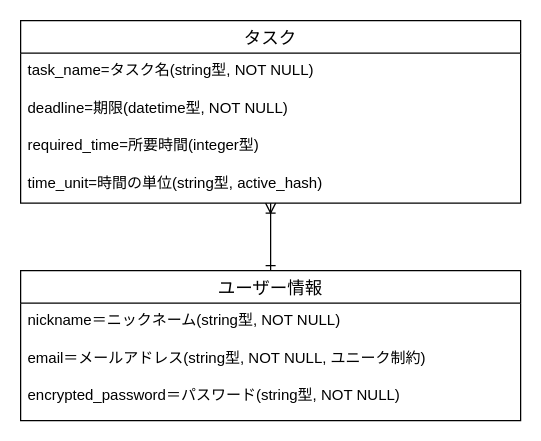
The draw.io diagram tasks-ERdiagram.dio in Nannaan/tasks, before the edit. Source tidied: cells renumbered, new cells numbered last; positions are measured from the earlier drawing's top-left corner, leaving out a move shared by most shapes. Both pictures are drawn from the tidied source at 125%, with x=0, y=0 at pixel (20, 20).
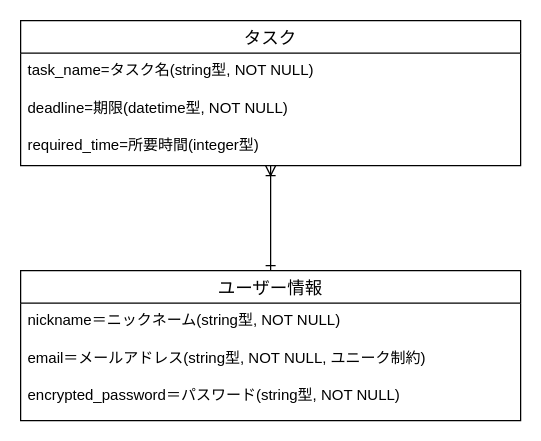
Above is the later version.

Diff of the diagram source:
```diff
@@
 <mxGraphModel>
   <root>
     <mxCell id="0" />
     <mxCell id="1" parent="0" />
     <mxCell id="2" style="html=1;exitX=0.5;exitY=0;exitDx=0;exitDy=0;entryX=0.5;entryY=1;entryDx=0;entryDy=0;startArrow=ERone;startFill=0;endArrow=ERoneToMany;endFill=0;" parent="1" edge="1" source="3" target="7">
       <mxGeometry relative="1" as="geometry" />
     </mxCell>
     <mxCell id="3" value="ユーザー情報" style="swimlane;fontStyle=0;horizontal=1;startSize=26;align=center;fontSize=14;spacing=2;labelBackgroundColor=none;" parent="1" vertex="1">
       <mxGeometry y="200" width="400" height="120" as="geometry" />
     </mxCell>
     <mxCell id="4" value="nickname＝ニックネーム(string型, NOT NULL)" style="text;strokeColor=none;fillColor=none;spacingLeft=4;spacingRight=4;overflow=hidden;fontSize=12;" parent="3" vertex="1">
       <mxGeometry y="26" width="400" height="30" as="geometry" />
     </mxCell>
     <mxCell id="5" value="email＝メールアドレス(string型, NOT NULL, ユニーク制約)" style="text;strokeColor=none;fillColor=none;spacingLeft=4;spacingRight=4;overflow=hidden;fontSize=12;" parent="3" vertex="1">
       <mxGeometry y="56" width="400" height="30" as="geometry" />
     </mxCell>
     <mxCell id="6" value="encrypted_password＝パスワード(string型, NOT NULL)" style="text;strokeColor=none;fillColor=none;spacingLeft=4;spacingRight=4;overflow=hidden;fontSize=12;" parent="3" vertex="1">
       <mxGeometry y="86" width="400" height="34" as="geometry" />
     </mxCell>
     <mxCell id="7" value="タスク" style="swimlane;fontStyle=0;horizontal=1;startSize=26;align=center;fontSize=14;" parent="1" vertex="1">
-      <mxGeometry width="400" height="146" as="geometry" />
+      <mxGeometry width="400" height="116" as="geometry" />
     </mxCell>
     <mxCell id="8" value="task_name=タスク名(string型, NOT NULL)" style="text;strokeColor=none;fillColor=none;spacingLeft=4;spacingRight=4;overflow=hidden;fontSize=12;" parent="7" vertex="1">
       <mxGeometry y="26" width="400" height="30" as="geometry" />
     </mxCell>
     <mxCell id="9" value="deadline=期限(datetime型, NOT NULL)" style="text;strokeColor=none;fillColor=none;spacingLeft=4;spacingRight=4;overflow=hidden;fontSize=12;" parent="7" vertex="1">
       <mxGeometry y="56" width="400" height="30" as="geometry" />
     </mxCell>
     <mxCell id="10" value="required_time=所要時間(integer型)" style="text;strokeColor=none;fillColor=none;spacingLeft=4;spacingRight=4;overflow=hidden;fontSize=12;" parent="7" vertex="1">
       <mxGeometry y="86" width="400" height="30" as="geometry" />
     </mxCell>
-    <mxCell id="11" value="time_unit=時間の単位(string型, active_hash)" style="text;strokeColor=none;fillColor=none;spacingLeft=4;spacingRight=4;overflow=hidden;fontSize=12;" parent="7" vertex="1">
-      <mxGeometry y="116" width="400" height="30" as="geometry" />
-    </mxCell>
   </root>
 </mxGraphModel>
```
